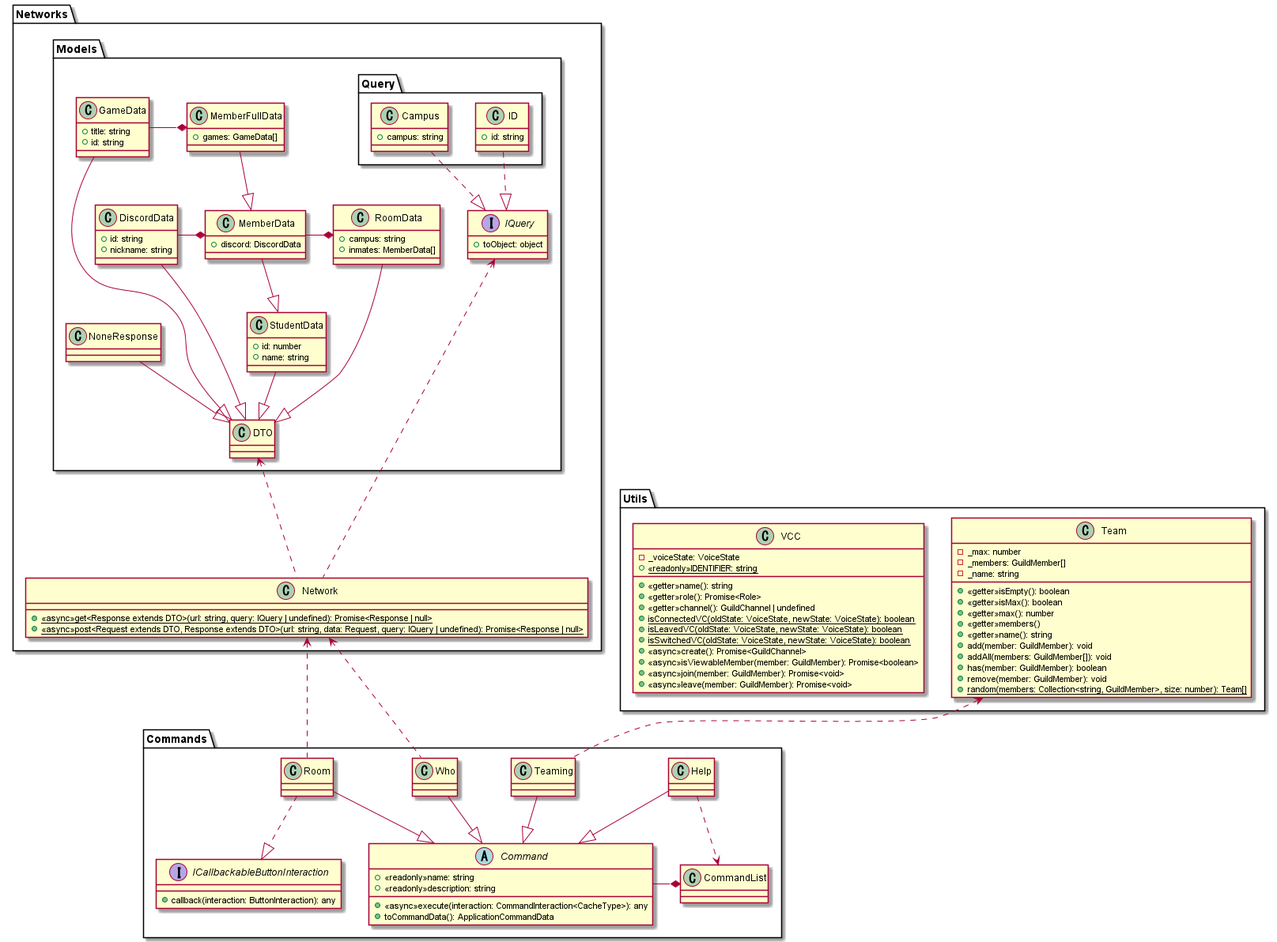
Above: out/classDiaglam/Discord-bot.png in nmskm240/Discord-bot (PlantUML), before the change.
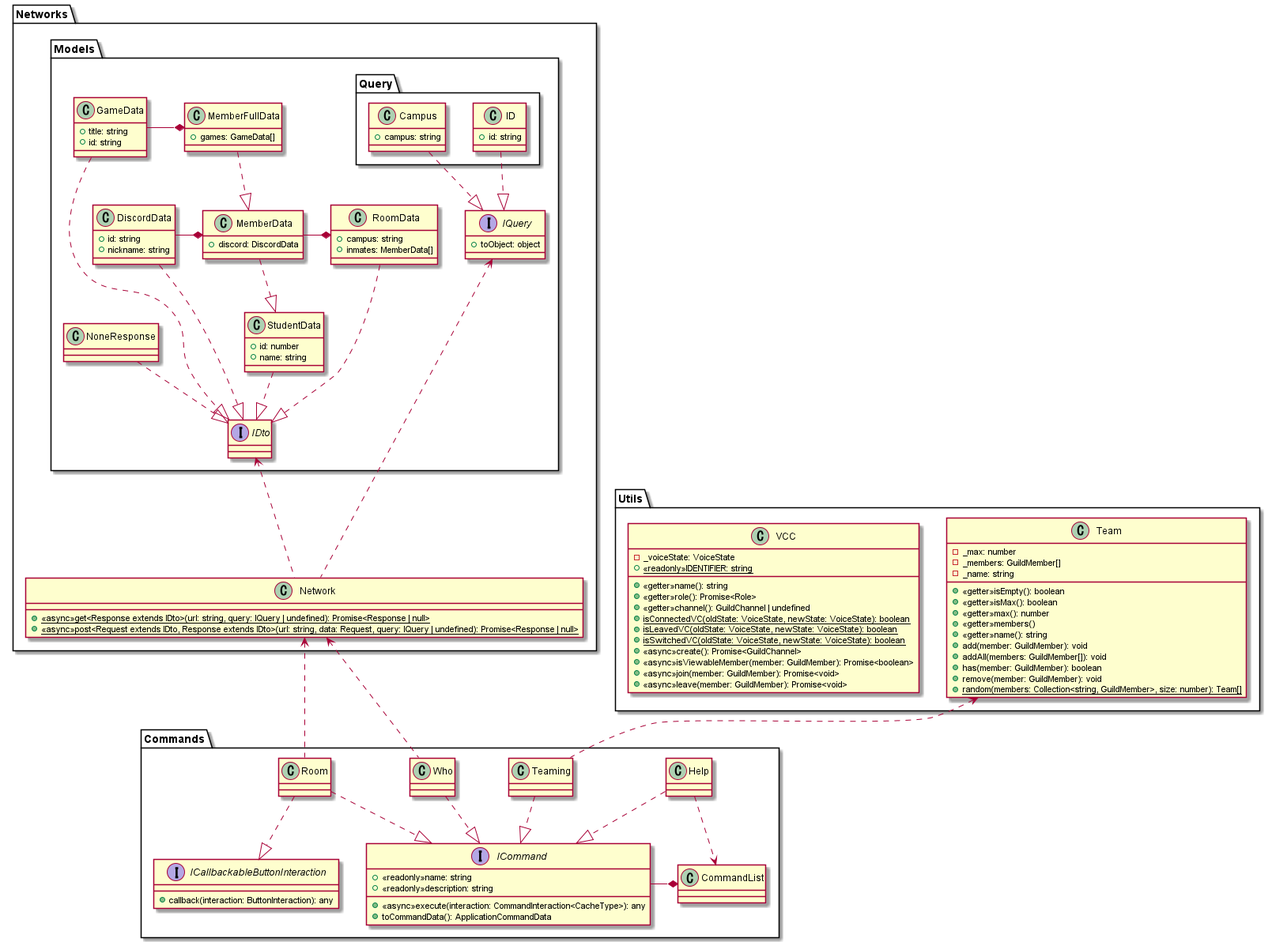
Above is the later version.

Diff of the diagram source:
```diff
@@ -2,7 +2,7 @@
 
 package Commands
 {
-    abstract class Command
+    interface ICommand
     {
         +<<readonly>>name: string
         +<<readonly>>description: string
@@ -72,7 +72,7 @@
         }
 
         class NoneResponse
-        class DTO
+        interface IDto
         interface IQuery
         {
             +toObject: object
@@ -81,8 +81,8 @@
 
     class Network
     {
-        +<<async>>{static}get<Response extends DTO>(url: string, query: IQuery | undefined): Promise<Response | null>
-        +<<async>>{static}post<Request extends DTO, Response extends DTO>(url: string, data: Request, query: IQuery | undefined): Promise<Response | null>
+        +<<async>>{static}get<Response extends IDto>(url: string, query: IQuery | undefined): Promise<Response | null>
+        +<<async>>{static}post<Request extends IDto, Response extends IDto>(url: string, data: Request, query: IQuery | undefined): Promise<Response | null>
     }
 }
 
@@ -122,25 +122,25 @@
     }
 }
 
-Help --|> Command
-Room --|> Command
-Teaming --|> Command
-Who --|> Command
+Help ..|> ICommand
+Room ..|> ICommand
+Teaming ..|> ICommand
+Who ..|> ICommand
 
-RoomData --|> DTO
-DiscordData --|> DTO
-GameData --|> DTO
-StudentData --|> DTO
-NoneResponse --|> DTO
-MemberData --|> StudentData
-MemberFullData --|> MemberData
+RoomData ..|> IDto
+DiscordData ..|> IDto
+GameData ..|> IDto
+StudentData ..|> IDto
+NoneResponse ..|> IDto
+MemberData ..|> StudentData
+MemberFullData ..|> MemberData
 
 Room ..|> ICallbackableButtonInteraction
 
 Campus ..|> IQuery
 ID ..|> IQuery
 
-Command -* CommandList
+ICommand -* CommandList
 DiscordData -* MemberData
 GameData -* MemberFullData
 MemberData -* RoomData
@@ -150,6 +150,6 @@
 Room .up.> Network
 Who .up.> Network
 Network .up.> IQuery
-Network .up.> DTO
+Network .up.> IDto
 
 @enduml
```
